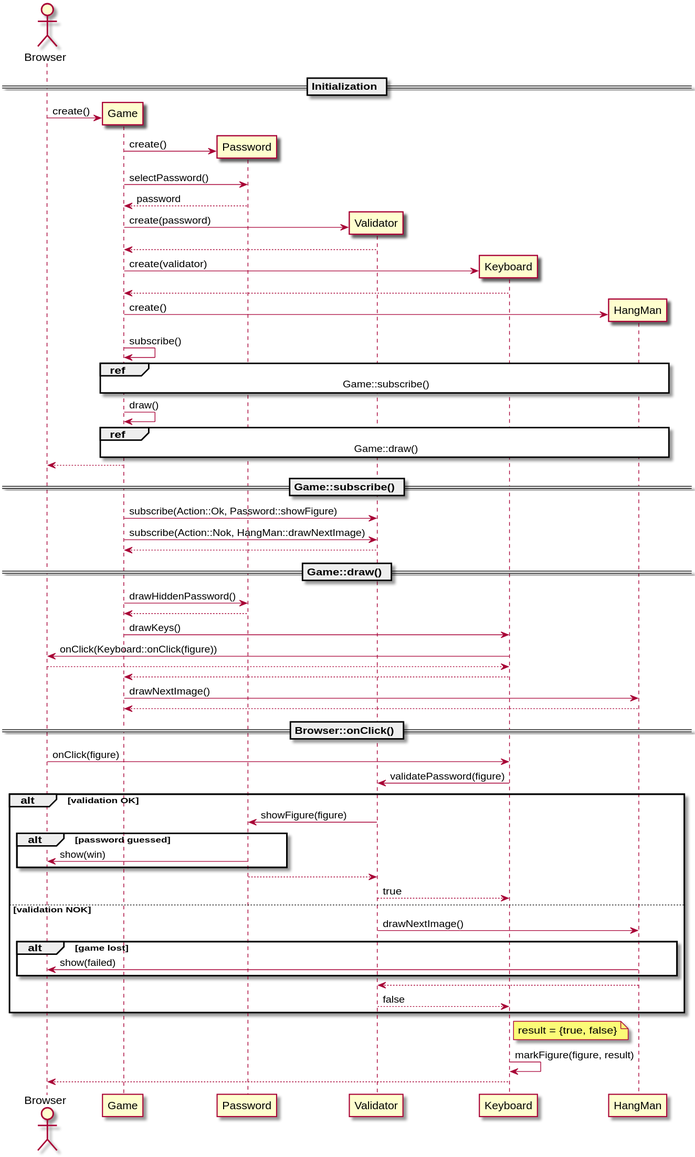
The PlantUML diagram doc/sequence_diagram.svg in JeraldStarr/Hang-Man, before a commit. Its source is kept beside it as doc/sequence_diagram.plantuml.
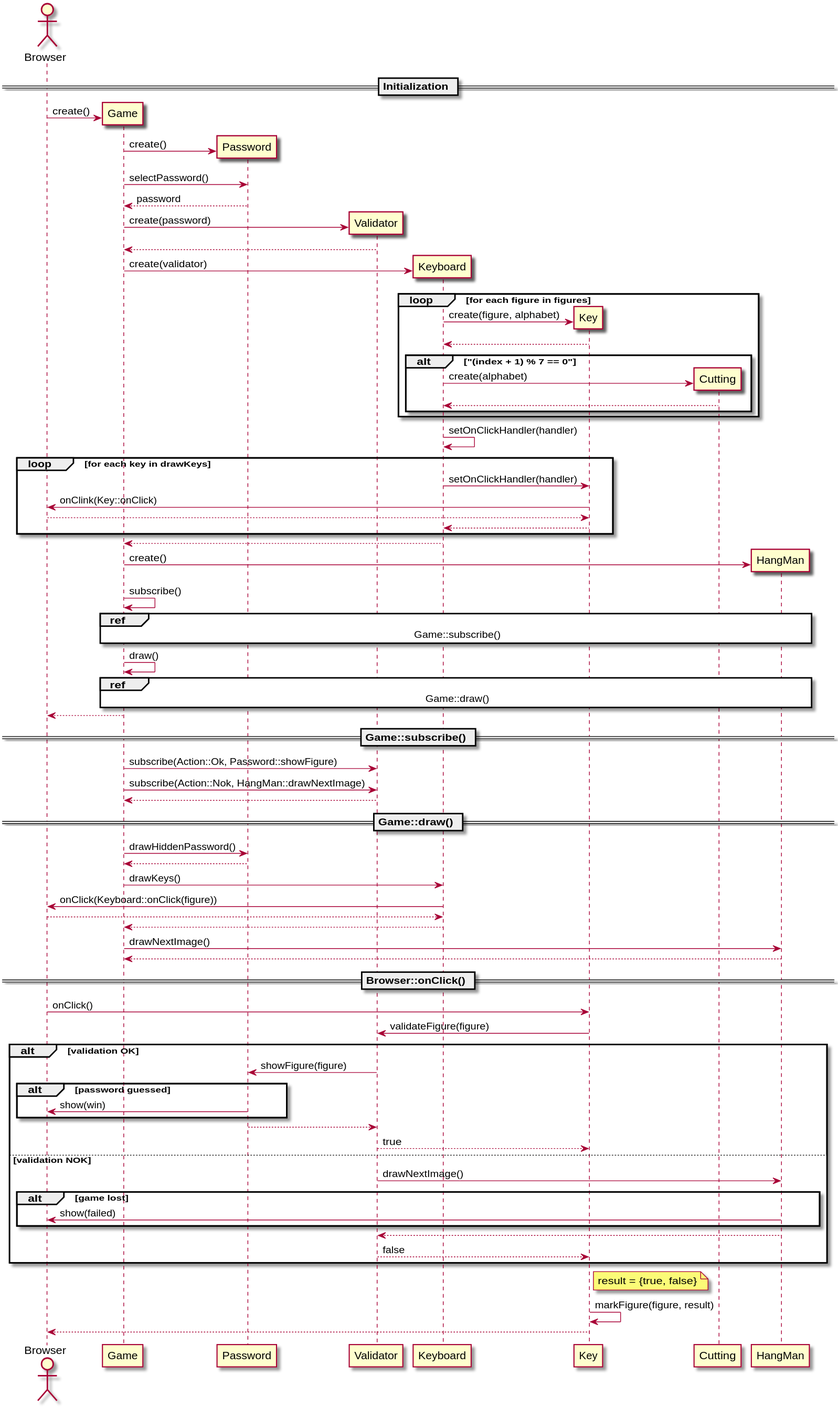
Above is the later version.

Commit message:
Add klass Key and Cutting.

The edit, as a diff of the source:
```diff
@@ -4,6 +4,8 @@
 participant Password
 participant Validator
 participant Keyboard
+participant Key
+participant Cutting
 participant HangMan
 
 == Initialization ==
@@ -21,6 +23,24 @@
 
 create Keyboard
 Game -> Keyboard: create(validator)
+loop for each figure in figures
+    create Key
+    Keyboard -> Key: create(figure, alphabet)
+    Keyboard <-- Key
+    alt "(index + 1) % 7 == 0"
+        create Cutting
+        Keyboard -> Cutting: create(alphabet)
+        Keyboard <-- Cutting
+    end
+end
+Keyboard -> Keyboard: setOnClickHandler(handler)
+loop for each key in drawKeys
+    Keyboard -> Key: setOnClickHandler(handler)
+    Key -> Browser: onClink(Key::onClick)
+    Key <-- Browser
+    Keyboard <-- Key
+end
+
 Game <-- Keyboard
 
 create HangMan
@@ -50,25 +70,25 @@
 Game <-- HangMan
 
 == Browser::onClick() ==
-Browser -> Keyboard: onClick(figure)
-Keyboard -> Validator: validatePassword(figure)
+Browser -> Key: onClick()
+Key->Validator: validateFigure(figure)
 alt validation OK
     Validator -> Password: showFigure(figure)
     alt password guessed
         Password -> Browser: show(win)
     end
     Validator <-- Password
-    Keyboard <-- Validator: true
+    Key <-- Validator: true
 else validation NOK
     Validator -> HangMan: drawNextImage()
     alt game lost
         HangMan -> Browser: show(failed)
     end
     Validator <-- HangMan
-    Keyboard <-- Validator: false
+    Key <-- Validator: false
 end
-note right Keyboard: result = {true, false}
-Keyboard -> Keyboard: markFigure(figure, result)
-Browser <-- Keyboard
+note right Key: result = {true, false}
+Key -> Key: markFigure(figure, result)
+Browser <-- Key
 
 @enduml
```
